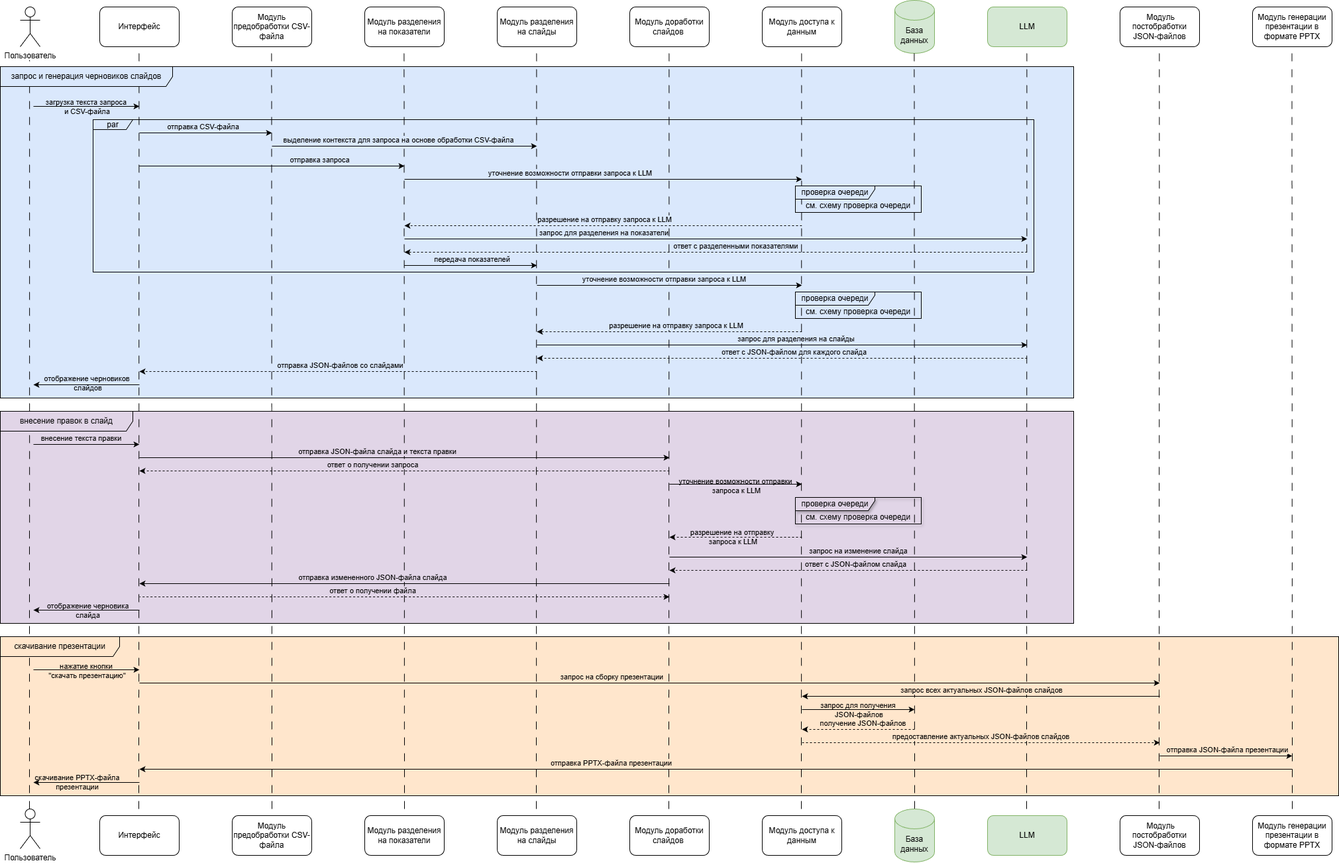
The draw.io diagram Analitics/диаграмма последовательности main.png in Sber-Kiwi/Presentation-generation, before a commit. Source tidied: cells renumbered, new cells last; positions are measured from the earlier drawing's top-left corner, leaving out a move shared by most shapes.
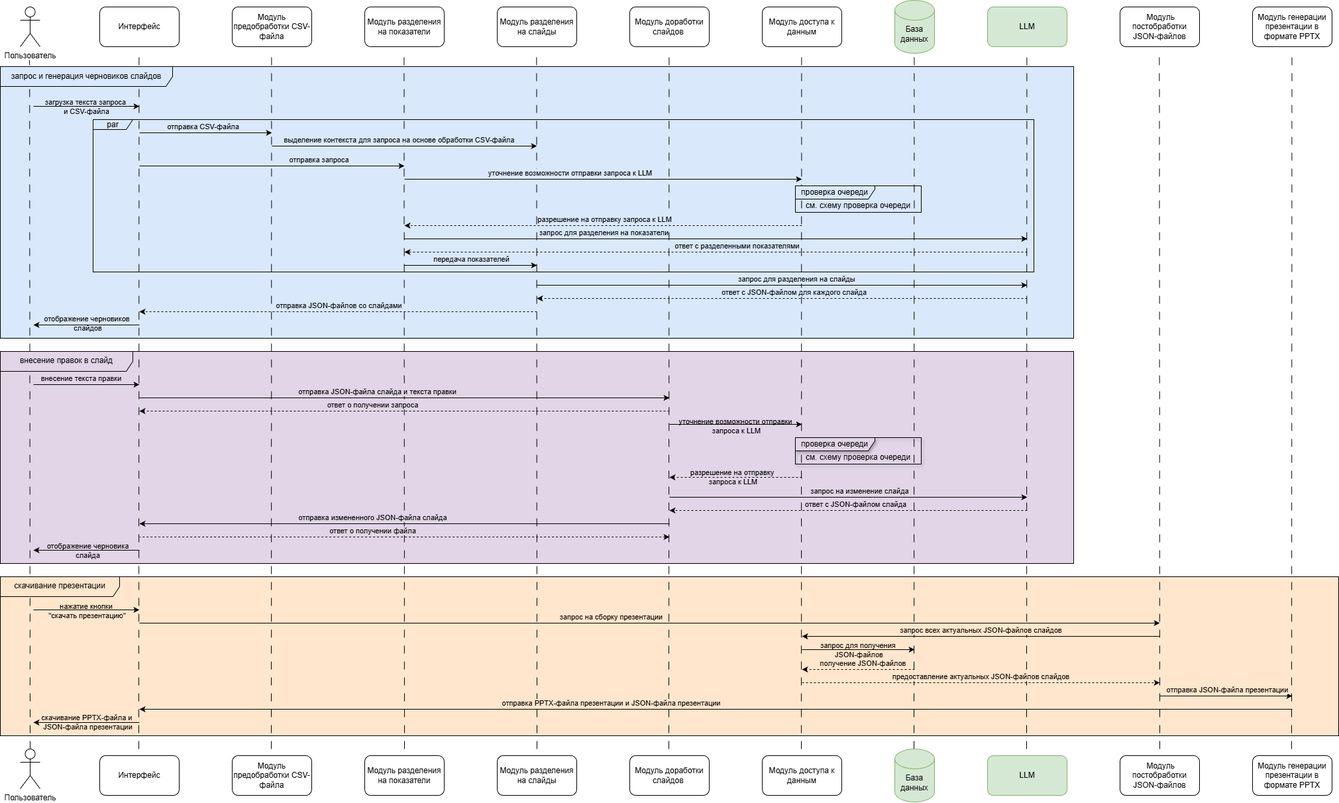
Above is the later version.

Commit message:
Исправлены схема архитектуры и диаграмма последовательности, добавлены xml для диаграммы последовательности

What changed in the source:
```diff
@@ -9,102 +9,101 @@
       <mxGeometry y="620" width="1620" height="320" as="geometry" />
     </mxCell>
     <mxCell id="4" style="rounded=0;whiteSpace=wrap;html=1;fillColor=#dae8fc;strokeColor=#6c8ebf;" parent="1" vertex="1">
-      <mxGeometry y="100" width="1620" height="500" as="geometry" />
+      <mxGeometry y="190" width="1620" height="410" as="geometry" />
     </mxCell>
-    <mxCell id="5" style="endArrow=none;dashed=1;html=1;rounded=0;dashPattern=12 12;" parent="1" edge="1">
+    <mxCell id="5" style="endArrow=none;dashed=1;html=1;rounded=0;dashPattern=12 12;exitX=0.5;exitY=0;exitDx=0;exitDy=0;exitPerimeter=0;" parent="1" edge="1" source="105">
       <mxGeometry relative="1" as="geometry">
-        <mxPoint x="44" y="1220" as="sourcePoint" />
-        <mxPoint x="44.2" y="90" as="targetPoint" />
+        <mxPoint x="44.2" y="180" as="targetPoint" />
       </mxGeometry>
     </mxCell>
     <mxCell id="6" value="Пользователь" style="shape=umlActor;verticalLabelPosition=bottom;verticalAlign=top;html=1;" parent="1" vertex="1">
-      <mxGeometry x="30" y="10" width="30" height="60" as="geometry" />
+      <mxGeometry x="30" y="100" width="30" height="60" as="geometry" />
     </mxCell>
     <mxCell id="7" value="Модуль доступа к данным" style="rounded=1;whiteSpace=wrap;html=1;" parent="1" vertex="1">
-      <mxGeometry x="1150" y="10" width="120" height="60" as="geometry" />
+      <mxGeometry x="1150" y="100" width="120" height="60" as="geometry" />
     </mxCell>
     <mxCell id="8" value="База данных" style="shape=cylinder3;whiteSpace=wrap;html=1;boundedLbl=1;backgroundOutline=1;size=15;fillColor=#d5e8d4;strokeColor=#82b366;" parent="1" vertex="1">
-      <mxGeometry x="1350" width="60" height="80" as="geometry" />
+      <mxGeometry x="1350" y="90" width="60" height="80" as="geometry" />
     </mxCell>
     <mxCell id="9" value="Модуль предобработки CSV-файла" style="rounded=1;whiteSpace=wrap;html=1;" parent="1" vertex="1">
-      <mxGeometry x="350" y="10" width="120" height="60" as="geometry" />
+      <mxGeometry x="350" y="100" width="120" height="60" as="geometry" />
     </mxCell>
     <mxCell id="10" value="Модуль разделения на показатели" style="rounded=1;whiteSpace=wrap;html=1;" parent="1" vertex="1">
-      <mxGeometry x="550" y="10" width="120" height="60" as="geometry" />
+      <mxGeometry x="550" y="100" width="120" height="60" as="geometry" />
     </mxCell>
     <mxCell id="11" value="Модуль разделения на слайды" style="rounded=1;whiteSpace=wrap;html=1;" parent="1" vertex="1">
-      <mxGeometry x="750" y="10" width="120" height="60" as="geometry" />
+      <mxGeometry x="750" y="100" width="120" height="60" as="geometry" />
     </mxCell>
     <mxCell id="12" value="Модуль доработки слайдов&amp;nbsp;" style="rounded=1;whiteSpace=wrap;html=1;" parent="1" vertex="1">
-      <mxGeometry x="950" y="10" width="120" height="60" as="geometry" />
+      <mxGeometry x="950" y="100" width="120" height="60" as="geometry" />
     </mxCell>
     <mxCell id="13" value="Интерфейс" style="rounded=1;whiteSpace=wrap;html=1;" parent="1" vertex="1">
-      <mxGeometry x="150" y="10" width="120" height="60" as="geometry" />
+      <mxGeometry x="150" y="100" width="120" height="60" as="geometry" />
     </mxCell>
     <mxCell id="14" value="&amp;nbsp;Модуль постобработки JSON-файлов" style="rounded=1;whiteSpace=wrap;html=1;" parent="1" vertex="1">
-      <mxGeometry x="1690" y="10" width="120" height="60" as="geometry" />
+      <mxGeometry x="1690" y="100" width="120" height="60" as="geometry" />
     </mxCell>
     <mxCell id="15" style="endArrow=none;dashed=1;html=1;rounded=0;dashPattern=12 12;" parent="1" edge="1">
       <mxGeometry relative="1" as="geometry">
         <mxPoint x="209" y="1220" as="sourcePoint" />
-        <mxPoint x="209.4" y="80" as="targetPoint" />
+        <mxPoint x="209.4" y="170" as="targetPoint" />
       </mxGeometry>
     </mxCell>
     <mxCell id="16" style="endArrow=none;dashed=1;html=1;rounded=0;dashPattern=12 12;" parent="1" edge="1">
       <mxGeometry relative="1" as="geometry">
-        <mxPoint x="410" y="1220" as="sourcePoint" />
-        <mxPoint x="409.4" y="80" as="targetPoint" />
+        <mxPoint x="409" y="1220" as="sourcePoint" />
+        <mxPoint x="409.4" y="170" as="targetPoint" />
       </mxGeometry>
     </mxCell>
     <mxCell id="17" style="endArrow=none;dashed=1;html=1;rounded=0;dashPattern=12 12;" parent="1" edge="1">
       <mxGeometry relative="1" as="geometry">
         <mxPoint x="610" y="1220" as="sourcePoint" />
-        <mxPoint x="609.4" y="80" as="targetPoint" />
+        <mxPoint x="609.4" y="170" as="targetPoint" />
       </mxGeometry>
     </mxCell>
     <mxCell id="18" style="endArrow=none;dashed=1;html=1;rounded=0;dashPattern=12 12;" parent="1" edge="1">
       <mxGeometry relative="1" as="geometry">
-        <mxPoint x="809" y="1220" as="sourcePoint" />
-        <mxPoint x="809.4" y="80" as="targetPoint" />
+        <mxPoint x="810" y="1220" as="sourcePoint" />
+        <mxPoint x="809.4" y="170" as="targetPoint" />
       </mxGeometry>
     </mxCell>
     <mxCell id="19" value="LLM" style="rounded=1;whiteSpace=wrap;html=1;fillColor=#d5e8d4;strokeColor=#82b366;" parent="1" vertex="1">
-      <mxGeometry x="1490" y="10" width="120" height="60" as="geometry" />
+      <mxGeometry x="1490" y="100" width="120" height="60" as="geometry" />
     </mxCell>
     <mxCell id="20" style="endArrow=none;dashed=1;html=1;rounded=0;dashPattern=12 12;" parent="1" edge="1">
       <mxGeometry relative="1" as="geometry">
         <mxPoint x="1009" y="1220" as="sourcePoint" />
-        <mxPoint x="1009.4" y="80" as="targetPoint" />
+        <mxPoint x="1009.4" y="170" as="targetPoint" />
       </mxGeometry>
     </mxCell>
     <mxCell id="21" style="endArrow=none;dashed=1;html=1;rounded=0;dashPattern=12 12;" parent="1" edge="1">
       <mxGeometry relative="1" as="geometry">
-        <mxPoint x="1749" y="1220" as="sourcePoint" />
-        <mxPoint x="1749.4" y="80" as="targetPoint" />
+        <mxPoint x="1750" y="1220" as="sourcePoint" />
+        <mxPoint x="1749.4" y="170" as="targetPoint" />
       </mxGeometry>
     </mxCell>
     <mxCell id="22" style="endArrow=none;dashed=1;html=1;rounded=0;dashPattern=12 12;" parent="1" edge="1">
       <mxGeometry relative="1" as="geometry">
         <mxPoint x="1209" y="1220" as="sourcePoint" />
-        <mxPoint x="1209.4" y="80" as="targetPoint" />
+        <mxPoint x="1209.4" y="170" as="targetPoint" />
       </mxGeometry>
     </mxCell>
     <mxCell id="23" style="endArrow=none;dashed=1;html=1;rounded=0;dashPattern=12 12;" parent="1" edge="1">
       <mxGeometry relative="1" as="geometry">
-        <mxPoint x="1380" y="1220" as="sourcePoint" />
-        <mxPoint x="1379.4" y="80" as="targetPoint" />
+        <mxPoint x="1379" y="1220" as="sourcePoint" />
+        <mxPoint x="1379.4" y="170" as="targetPoint" />
       </mxGeometry>
     </mxCell>
     <mxCell id="24" style="endArrow=none;dashed=1;html=1;rounded=0;dashPattern=12 12;" parent="1" edge="1">
       <mxGeometry relative="1" as="geometry">
         <mxPoint x="1549" y="1220" as="sourcePoint" />
-        <mxPoint x="1549.4" y="80" as="targetPoint" />
+        <mxPoint x="1549.4" y="170" as="targetPoint" />
       </mxGeometry>
     </mxCell>
     <mxCell id="25" style="endArrow=classic;html=1;rounded=0;" parent="1" edge="1">
       <mxGeometry relative="1" as="geometry">
-        <mxPoint x="50" y="160" as="sourcePoint" />
-        <mxPoint x="210" y="160" as="targetPoint" />
+        <mxPoint x="50" y="250" as="sourcePoint" />
+        <mxPoint x="210" y="250" as="targetPoint" />
       </mxGeometry>
     </mxCell>
     <mxCell id="26" value="загрузка текста запроса&amp;nbsp;&lt;div&gt;и CSV-файла&lt;/div&gt;" style="edgeLabel;html=1;align=center;verticalAlign=middle;labelBackgroundColor=none;" parent="25" vertex="1">
@@ -114,8 +113,8 @@
     </mxCell>
     <mxCell id="27" style="endArrow=classic;html=1;rounded=0;" parent="1" edge="1">
       <mxGeometry relative="1" as="geometry">
-        <mxPoint x="210" y="200" as="sourcePoint" />
-        <mxPoint x="410" y="200" as="targetPoint" />
+        <mxPoint x="210" y="290" as="sourcePoint" />
+        <mxPoint x="410" y="290" as="targetPoint" />
       </mxGeometry>
     </mxCell>
     <mxCell id="28" value="отправка CSV-файла" style="edgeLabel;html=1;align=center;verticalAlign=middle;labelBackgroundColor=none;" parent="27" vertex="1">
@@ -124,18 +123,18 @@
       </mxGeometry>
     </mxCell>
     <mxCell id="29" value="Модуль генерации презентации в формате PPTX" style="rounded=1;whiteSpace=wrap;html=1;" parent="1" vertex="1">
-      <mxGeometry x="1890" y="10" width="120" height="60" as="geometry" />
+      <mxGeometry x="1890" y="100" width="120" height="60" as="geometry" />
     </mxCell>
     <mxCell id="30" style="endArrow=none;dashed=1;html=1;rounded=0;dashPattern=12 12;" parent="1" edge="1">
       <mxGeometry relative="1" as="geometry">
-        <mxPoint x="1950" y="1220" as="sourcePoint" />
-        <mxPoint x="1949.5" y="80" as="targetPoint" />
+        <mxPoint x="1949" y="1220" as="sourcePoint" />
+        <mxPoint x="1949.5" y="170" as="targetPoint" />
       </mxGeometry>
     </mxCell>
     <mxCell id="31" style="endArrow=classic;html=1;rounded=0;" parent="1" edge="1">
       <mxGeometry relative="1" as="geometry">
-        <mxPoint x="210" y="250" as="sourcePoint" />
-        <mxPoint x="610" y="250" as="targetPoint" />
+        <mxPoint x="210" y="340" as="sourcePoint" />
+        <mxPoint x="610" y="340" as="targetPoint" />
       </mxGeometry>
     </mxCell>
     <mxCell id="32" value="отправка запроса" style="edgeLabel;html=1;align=center;verticalAlign=middle;labelBackgroundColor=none;" parent="31" vertex="1">
@@ -144,12 +143,12 @@
       </mxGeometry>
     </mxCell>
     <mxCell id="33" value="par" style="shape=umlFrame;whiteSpace=wrap;html=1;width=60;height=15;fillColor=light-dark(#dae8fc, #ededed);" parent="1" vertex="1">
-      <mxGeometry x="140" y="180" width="1420" height="230" as="geometry" />
+      <mxGeometry x="140" y="270" width="1420" height="230" as="geometry" />
     </mxCell>
     <mxCell id="34" style="endArrow=classic;html=1;rounded=0;" parent="1" edge="1">
       <mxGeometry relative="1" as="geometry">
-        <mxPoint x="410" y="220" as="sourcePoint" />
-        <mxPoint x="810" y="220" as="targetPoint" />
+        <mxPoint x="410" y="310" as="sourcePoint" />
+        <mxPoint x="810" y="310" as="targetPoint" />
       </mxGeometry>
     </mxCell>
     <mxCell id="35" value="выделение контекста для запроса&amp;nbsp;&lt;span style=&quot;color: light-dark(rgb(0, 0, 0), rgb(255, 255, 255));&quot;&gt;на основе обработки CSV-файла&lt;/span&gt;" style="edgeLabel;html=1;align=center;verticalAlign=middle;labelBackgroundColor=light-dark(#dae8fc, #ededed);" parent="34" vertex="1">
@@ -159,8 +158,8 @@
     </mxCell>
     <mxCell id="36" style="endArrow=classic;html=1;rounded=0;" parent="1" edge="1">
       <mxGeometry relative="1" as="geometry">
-        <mxPoint x="610" y="360" as="sourcePoint" />
-        <mxPoint x="1550" y="360" as="targetPoint" />
+        <mxPoint x="610" y="450" as="sourcePoint" />
+        <mxPoint x="1550" y="450" as="targetPoint" />
       </mxGeometry>
     </mxCell>
     <mxCell id="37" value="запрос для разделения на показатели" style="edgeLabel;html=1;align=center;verticalAlign=middle;labelBackgroundColor=none;" parent="36" vertex="1">
@@ -170,8 +169,8 @@
     </mxCell>
     <mxCell id="38" style="endArrow=classic;html=1;rounded=0;dashed=1;" parent="1" edge="1">
       <mxGeometry relative="1" as="geometry">
-        <mxPoint x="1550" y="380" as="sourcePoint" />
-        <mxPoint x="610" y="380" as="targetPoint" />
+        <mxPoint x="1550" y="470" as="sourcePoint" />
+        <mxPoint x="610" y="470" as="targetPoint" />
       </mxGeometry>
     </mxCell>
     <mxCell id="39" value="ответ с разделенными показателями" style="edgeLabel;html=1;align=center;verticalAlign=middle;labelBackgroundColor=none;" parent="38" vertex="1">
@@ -181,8 +180,8 @@
     </mxCell>
     <mxCell id="40" style="endArrow=classic;html=1;rounded=0;" parent="1" edge="1">
       <mxGeometry relative="1" as="geometry">
-        <mxPoint x="610" y="400" as="sourcePoint" />
-        <mxPoint x="810" y="400" as="targetPoint" />
+        <mxPoint x="610" y="490" as="sourcePoint" />
+        <mxPoint x="810" y="490" as="targetPoint" />
       </mxGeometry>
     </mxCell>
     <mxCell id="41" value="передача показателей" style="edgeLabel;html=1;align=center;verticalAlign=middle;labelBackgroundColor=none;" parent="40" vertex="1">
@@ -192,8 +191,8 @@
     </mxCell>
     <mxCell id="42" style="endArrow=classic;html=1;rounded=0;" parent="1" edge="1">
       <mxGeometry relative="1" as="geometry">
-        <mxPoint x="610" y="270" as="sourcePoint" />
-        <mxPoint x="1210" y="270" as="targetPoint" />
+        <mxPoint x="610" y="360" as="sourcePoint" />
+        <mxPoint x="1210" y="360" as="targetPoint" />
       </mxGeometry>
     </mxCell>
     <mxCell id="43" value="уточнение возможности отправки запроса к LLM" style="edgeLabel;html=1;align=center;verticalAlign=middle;labelBackgroundColor=light-dark(#dae8fc, #ededed);" parent="42" vertex="1">
@@ -202,39 +201,11 @@
       </mxGeometry>
     </mxCell>
     <mxCell id="44" value="проверка очереди" style="shape=umlFrame;whiteSpace=wrap;html=1;width=120;height=20;fillColor=#dae8fc;strokeColor=light-dark(#000000,#000000);" parent="1" vertex="1">
-      <mxGeometry x="1200" y="280" width="190" height="40" as="geometry" />
+      <mxGeometry x="1200" y="370" width="190" height="40" as="geometry" />
     </mxCell>
     <mxCell id="45" value="см. схему проверка очереди" style="text;html=1;whiteSpace=wrap;strokeColor=none;fillColor=none;align=center;verticalAlign=middle;rounded=0;" parent="1" vertex="1">
-      <mxGeometry x="1205" y="300" width="180" height="20" as="geometry" />
+      <mxGeometry x="1205" y="390" width="180" height="20" as="geometry" />
     </mxCell>
-    <mxCell id="46" style="endArrow=classic;html=1;rounded=0;dashed=1;" parent="1" edge="1">
-      <mxGeometry relative="1" as="geometry">
-        <mxPoint x="1210" y="500" as="sourcePoint" />
-        <mxPoint x="810" y="500" as="targetPoint" />
-      </mxGeometry>
-    </mxCell>
-    <mxCell id="47" value="разрешение на отправку запроса к LLM" style="edgeLabel;html=1;align=center;verticalAlign=middle;labelBackgroundColor=light-dark(#dae8fc, #ededed);" parent="46" vertex="1">
-      <mxGeometry x="0.07" y="2" relative="1" as="geometry">
-        <mxPoint x="21" y="-12" as="offset" />
-      </mxGeometry>
-    </mxCell>
-    <mxCell id="48" style="endArrow=classic;html=1;rounded=0;" parent="1" edge="1">
-      <mxGeometry relative="1" as="geometry">
-        <mxPoint x="810" y="430" as="sourcePoint" />
-        <mxPoint x="1210" y="430" as="targetPoint" />
-      </mxGeometry>
-    </mxCell>
-    <mxCell id="49" value="уточнение возможности отправки запроса к LLM" style="edgeLabel;html=1;align=center;verticalAlign=middle;labelBackgroundColor=light-dark(#dae8fc, #ededed);" parent="48" vertex="1">
-      <mxGeometry x="-0.12" relative="1" as="geometry">
-        <mxPoint x="13" y="-10" as="offset" />
-      </mxGeometry>
-    </mxCell>
-    <mxCell id="50" value="проверка очереди" style="shape=umlFrame;whiteSpace=wrap;html=1;width=120;height=20;fillColor=#dae8fc;strokeColor=#000000;" parent="1" vertex="1">
-      <mxGeometry x="1200" y="440" width="190" height="40" as="geometry" />
-    </mxCell>
-    <mxCell id="51" value="см. схему проверка очереди" style="text;html=1;whiteSpace=wrap;strokeColor=none;fillColor=none;align=center;verticalAlign=middle;rounded=0;" parent="1" vertex="1">
-      <mxGeometry x="1205" y="460" width="180" height="20" as="geometry" />
-    </mxCell>
     <mxCell id="52" style="endArrow=classic;html=1;rounded=0;" parent="1" edge="1">
       <mxGeometry relative="1" as="geometry">
         <mxPoint x="810" y="520" as="sourcePoint" />
@@ -259,8 +230,8 @@
     </mxCell>
     <mxCell id="56" style="endArrow=classic;html=1;rounded=0;dashed=1;" parent="1" edge="1">
       <mxGeometry relative="1" as="geometry">
-        <mxPoint x="1210" y="340" as="sourcePoint" />
-        <mxPoint x="610" y="340" as="targetPoint" />
+        <mxPoint x="1210" y="430" as="sourcePoint" />
+        <mxPoint x="610" y="430" as="targetPoint" />
       </mxGeometry>
     </mxCell>
     <mxCell id="57" value="разрешение на отправку запроса к LLM" style="edgeLabel;html=1;align=center;verticalAlign=middle;labelBackgroundColor=light-dark(#dae8fc, #ededed);" parent="56" vertex="1">
@@ -291,7 +262,7 @@
       </mxGeometry>
     </mxCell>
     <mxCell id="62" value="запрос и генерация черновиков слайдов" style="shape=umlFrame;whiteSpace=wrap;html=1;width=260;height=30;fillColor=#dae8fc;strokeColor=light-dark(#000000, #5c79a3);strokeWidth=1;" parent="1" vertex="1">
-      <mxGeometry y="100" width="1620" height="500" as="geometry" />
+      <mxGeometry y="190" width="1620" height="410" as="geometry" />
     </mxCell>
     <mxCell id="63" value="внесение правок в слайд" style="shape=umlFrame;whiteSpace=wrap;html=1;width=200;height=30;fillColor=#e1d5e7;strokeColor=#000000;" parent="1" vertex="1">
       <mxGeometry y="620" width="1620" height="320" as="geometry" />
@@ -494,7 +465,7 @@
         <mxPoint x="210" y="1160" as="targetPoint" />
       </mxGeometry>
     </mxCell>
-    <mxCell id="102" value="отправка PPTX-файла презентации" style="edgeLabel;html=1;align=center;verticalAlign=middle;labelBackgroundColor=#FFE6CC;" parent="101" vertex="1">
+    <mxCell id="102" value="отправка PPTX-файла презентации и JSON-файла презентации" style="edgeLabel;html=1;align=center;verticalAlign=middle;labelBackgroundColor=#FFE6CC;" parent="101" vertex="1">
       <mxGeometry x="-0.01" y="-1" relative="1" as="geometry">
         <mxPoint x="-172" y="-9" as="offset" />
       </mxGeometry>
@@ -505,8 +476,10 @@
         <mxPoint x="50" y="1180" as="targetPoint" />
       </mxGeometry>
     </mxCell>
-    <mxCell id="104" value="скачивание PPTX-файла&lt;div&gt;презентации&lt;/div&gt;" style="edgeLabel;html=1;align=center;verticalAlign=middle;labelBackgroundColor=none;" parent="103" vertex="1">
-      <mxGeometry x="0.18" y="-1" relative="1" as="geometry" />
+    <mxCell id="104" value="скачивание PPTX-файла и&amp;nbsp;&lt;div&gt;JSON-файла&amp;nbsp;&lt;span style=&quot;background-color: transparent; color: light-dark(rgb(0, 0, 0), rgb(255, 255, 255));&quot;&gt;презентации&lt;/span&gt;&lt;/div&gt;" style="edgeLabel;html=1;align=center;verticalAlign=middle;labelBackgroundColor=none;" parent="103" vertex="1">
+      <mxGeometry x="0.18" y="-1" relative="1" as="geometry">
+        <mxPoint x="15" as="offset" />
+      </mxGeometry>
     </mxCell>
     <mxCell id="105" value="Пользователь" style="shape=umlActor;verticalLabelPosition=bottom;verticalAlign=top;html=1;outlineConnect=0;" parent="1" vertex="1">
       <mxGeometry x="30" y="1220" width="30" height="60" as="geometry" />
```
